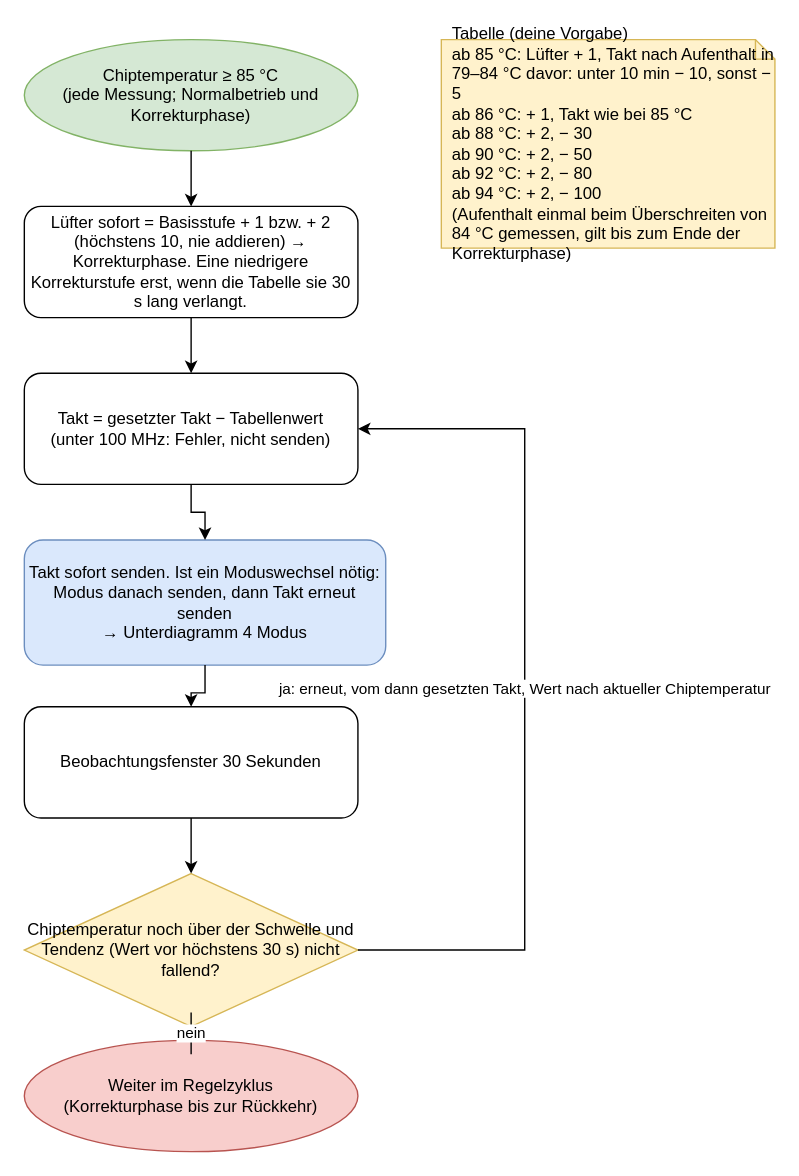
Earlier version of the draw.io diagram page "2 Hohe Chiptemperatur" (2 of 8) of docs/claude/Regelungslogik-Luefter-Takt.drawio (lieferbaer/miner-sentinel). Source tidied: cells renumbered, new cells numbered last; positions are measured from the earlier drawing's top-left corner, leaving out a move shared by most shapes. Both pictures are drawn from the tidied source at 139%, with x=0, y=0 at pixel (24, 39).
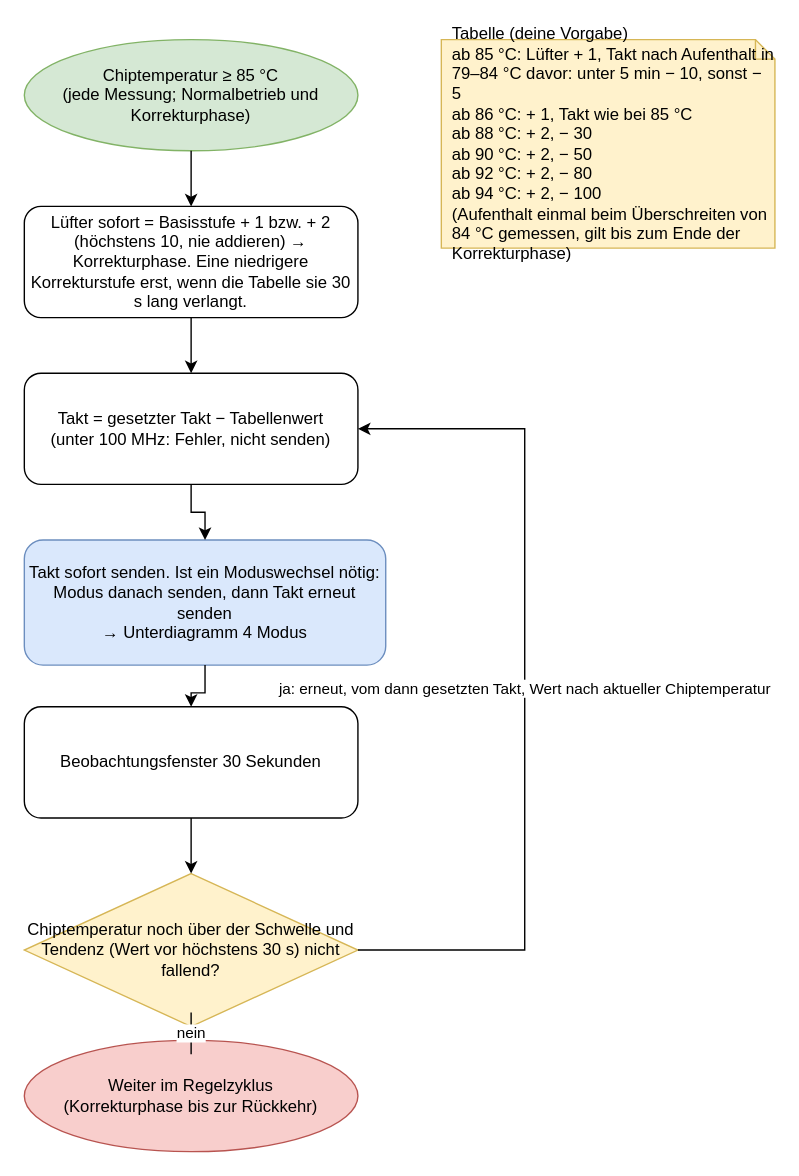
After the change.

Change to the diagram source:
```diff
@@
 <mxGraphModel>
   <root>
     <mxCell id="0" />
     <mxCell id="1" parent="0" />
     <mxCell id="2" value="Chiptemperatur ≥ 85 °C&lt;br&gt;(jede Messung; Normalbetrieb und Korrekturphase)" style="ellipse;whiteSpace=wrap;html=1;fillColor=#d5e8d4;strokeColor=#82b366;" parent="1" vertex="1">
       <mxGeometry width="240" height="80" as="geometry" />
     </mxCell>
-    <mxCell id="3" value="Tabelle (deine Vorgabe)&lt;br&gt;ab 85 °C: Lüfter + 1, Takt nach Aufenthalt in 79–84 °C davor: unter 10 min − 10, sonst − 5&lt;br&gt;ab 86 °C: + 1, Takt wie bei 85 °C&lt;br&gt;ab 88 °C: + 2, − 30&lt;br&gt;ab 90 °C: + 2, − 50&lt;br&gt;ab 92 °C: + 2, − 80&lt;br&gt;ab 94 °C: + 2, − 100&lt;br&gt;(Aufenthalt einmal beim Überschreiten von 84 °C gemessen, gilt bis zum Ende der Korrekturphase)" style="shape=note;whiteSpace=wrap;html=1;size=14;fillColor=#fff2cc;strokeColor=#d6b656;align=left;spacingLeft=6;" parent="1" vertex="1">
+    <mxCell id="3" value="Tabelle (deine Vorgabe)&lt;br&gt;ab 85 °C: Lüfter + 1, Takt nach Aufenthalt in 79–84 °C davor: unter 5 min − 10, sonst − 5&lt;br&gt;ab 86 °C: + 1, Takt wie bei 85 °C&lt;br&gt;ab 88 °C: + 2, − 30&lt;br&gt;ab 90 °C: + 2, − 50&lt;br&gt;ab 92 °C: + 2, − 80&lt;br&gt;ab 94 °C: + 2, − 100&lt;br&gt;(Aufenthalt einmal beim Überschreiten von 84 °C gemessen, gilt bis zum Ende der Korrekturphase)" style="shape=note;whiteSpace=wrap;html=1;size=14;fillColor=#fff2cc;strokeColor=#d6b656;align=left;spacingLeft=6;" parent="1" vertex="1">
       <mxGeometry x="300" width="240" height="150" as="geometry" />
     </mxCell>
     <mxCell id="4" value="Lüfter sofort = Basisstufe + 1 bzw. + 2 (höchstens 10, nie addieren) → Korrekturphase. Eine niedrigere Korrekturstufe erst, wenn die Tabelle sie 30 s lang verlangt." style="rounded=1;whiteSpace=wrap;html=1;" parent="1" vertex="1">
       <mxGeometry y="120" width="240" height="80" as="geometry" />
     </mxCell>
     <mxCell id="5" value="Takt = gesetzter Takt − Tabellenwert&lt;br&gt;(unter 100 MHz: Fehler, nicht senden)" style="rounded=1;whiteSpace=wrap;html=1;" parent="1" vertex="1">
       <mxGeometry y="240" width="240" height="80" as="geometry" />
     </mxCell>
     <mxCell id="6" value="Takt sofort senden. Ist ein Moduswechsel nötig: Modus danach senden, dann Takt erneut senden&lt;br&gt;→ Unterdiagramm 4 Modus" style="rounded=1;whiteSpace=wrap;html=1;fillColor=#dae8fc;strokeColor=#6c8ebf;" parent="1" vertex="1">
       <mxGeometry y="360" width="260" height="90" as="geometry" />
     </mxCell>
     <mxCell id="7" value="Beobachtungsfenster 30 Sekunden" style="rounded=1;whiteSpace=wrap;html=1;" parent="1" vertex="1">
       <mxGeometry y="480" width="240" height="80" as="geometry" />
     </mxCell>
     <mxCell id="8" value="Chiptemperatur noch über der Schwelle und Tendenz (Wert vor höchstens 30 s) nicht fallend?" style="rhombus;whiteSpace=wrap;html=1;fillColor=#fff2cc;strokeColor=#d6b656;" parent="1" vertex="1">
       <mxGeometry y="600" width="240" height="110" as="geometry" />
     </mxCell>
     <mxCell id="9" value="Weiter im Regelzyklus&lt;br&gt;(Korrekturphase bis zur Rückkehr)" style="ellipse;whiteSpace=wrap;html=1;fillColor=#f8cecc;strokeColor=#b85450;" parent="1" vertex="1">
       <mxGeometry y="720" width="240" height="80" as="geometry" />
     </mxCell>
     <mxCell id="10" style="edgeStyle=orthogonalEdgeStyle;rounded=0;jettySize=auto;html=1;" parent="1" edge="1" source="2" target="4">
       <mxGeometry relative="1" as="geometry" />
     </mxCell>
     <mxCell id="11" style="edgeStyle=orthogonalEdgeStyle;rounded=0;jettySize=auto;html=1;" parent="1" edge="1" source="4" target="5">
       <mxGeometry relative="1" as="geometry" />
     </mxCell>
     <mxCell id="12" style="edgeStyle=orthogonalEdgeStyle;rounded=0;jettySize=auto;html=1;" parent="1" edge="1" source="5" target="6">
       <mxGeometry relative="1" as="geometry" />
     </mxCell>
     <mxCell id="13" style="edgeStyle=orthogonalEdgeStyle;rounded=0;jettySize=auto;html=1;" parent="1" edge="1" source="6" target="7">
       <mxGeometry relative="1" as="geometry" />
     </mxCell>
     <mxCell id="14" style="edgeStyle=orthogonalEdgeStyle;rounded=0;jettySize=auto;html=1;" parent="1" edge="1" source="7" target="8">
       <mxGeometry relative="1" as="geometry" />
     </mxCell>
     <mxCell id="15" value="ja: erneut, vom dann gesetzten Takt, Wert nach aktueller Chiptemperatur" style="edgeStyle=orthogonalEdgeStyle;rounded=0;jettySize=auto;html=1;" parent="1" edge="1" source="8" target="5">
       <mxGeometry relative="1" as="geometry">
         <Array as="points">
           <mxPoint x="360" y="655" />
           <mxPoint x="360" y="280" />
         </Array>
       </mxGeometry>
     </mxCell>
     <mxCell id="16" value="nein" style="edgeStyle=orthogonalEdgeStyle;rounded=0;jettySize=auto;html=1;" parent="1" edge="1" source="8" target="9">
       <mxGeometry relative="1" as="geometry" />
     </mxCell>
   </root>
 </mxGraphModel>
```
